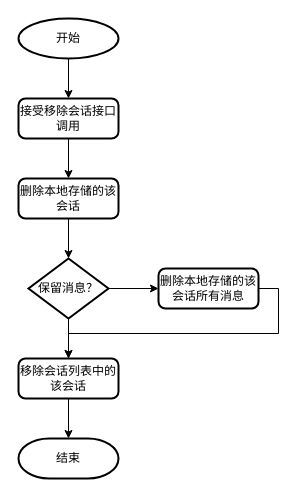
liuao2010/360MobileSafe keeps this draw.io diagram as page "flow-remove-conversation" (3 of 11) of 获取会话列表.drawio. Above is the earlier version. Source tidied: cells renumbered, new cells numbered last; positions are measured from the earlier drawing's top-left corner, leaving out a move shared by most shapes. Both pictures are drawn from the tidied source at 100%, with x=0, y=0 at pixel (18, 18).
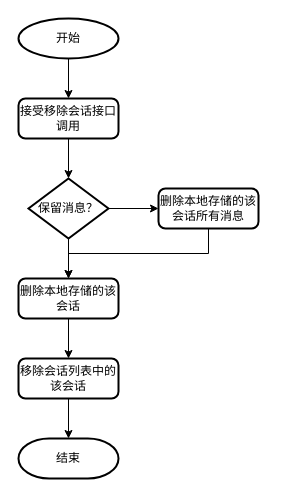
The same page after the edit.

Commit message:
更新获取会话列表.drawio

What changed in the source:
```diff
@@
 <mxGraphModel>
   <root>
     <mxCell id="0" />
     <mxCell id="1" parent="0" />
     <mxCell id="2" style="edgeStyle=orthogonalEdgeStyle;rounded=0;jettySize=auto;html=1;exitX=0.5;exitY=1;exitDx=0;exitDy=0;exitPerimeter=0;entryX=0.5;entryY=0;entryDx=0;entryDy=0;" parent="1" edge="1" source="3" target="5">
       <mxGeometry relative="1" as="geometry" />
     </mxCell>
     <mxCell id="3" value="开始" style="strokeWidth=2;html=1;shape=mxgraph.flowchart.start_1;whiteSpace=wrap;rounded=1;" parent="1" vertex="1">
       <mxGeometry width="100" height="40" as="geometry" />
     </mxCell>
-    <mxCell id="4" style="edgeStyle=orthogonalEdgeStyle;rounded=0;jettySize=auto;html=1;exitX=0.5;exitY=1;exitDx=0;exitDy=0;entryX=0.5;entryY=0;entryDx=0;entryDy=0;" parent="1" edge="1" source="5" target="9">
-      <mxGeometry relative="1" as="geometry" />
-    </mxCell>
+    <mxCell id="16" style="edgeStyle=orthogonalEdgeStyle;rounded=0;jettySize=auto;html=1;exitX=0.5;exitY=1;exitDx=0;exitDy=0;entryX=0.5;entryY=0;entryDx=0;entryDy=0;entryPerimeter=0;" parent="1" edge="1" source="5" target="12">
+      <mxGeometry relative="1" as="geometry" />
+    </mxCell>
     <mxCell id="5" value="接受移除会话接口调用" style="rounded=1;whiteSpace=wrap;html=1;absoluteArcSize=1;arcSize=14;strokeWidth=2;" parent="1" vertex="1">
       <mxGeometry y="80" width="100" height="40" as="geometry" />
     </mxCell>
     <mxCell id="6" style="edgeStyle=orthogonalEdgeStyle;rounded=0;jettySize=auto;html=1;exitX=0.5;exitY=1;exitDx=0;exitDy=0;entryX=0.5;entryY=0;entryDx=0;entryDy=0;entryPerimeter=0;" parent="1" edge="1" source="7" target="15">
       <mxGeometry relative="1" as="geometry" />
     </mxCell>
     <mxCell id="7" value="移除会话列表中的该会话" style="rounded=1;whiteSpace=wrap;html=1;absoluteArcSize=1;arcSize=14;strokeWidth=2;" parent="1" vertex="1">
       <mxGeometry y="340" width="100" height="40" as="geometry" />
     </mxCell>
-    <mxCell id="8" style="edgeStyle=orthogonalEdgeStyle;rounded=0;jettySize=auto;html=1;exitX=0.5;exitY=1;exitDx=0;exitDy=0;entryX=0.5;entryY=0;entryDx=0;entryDy=0;entryPerimeter=0;" parent="1" edge="1" source="9" target="12">
-      <mxGeometry relative="1" as="geometry" />
-    </mxCell>
+    <mxCell id="17" style="edgeStyle=orthogonalEdgeStyle;rounded=0;jettySize=auto;html=1;exitX=0.5;exitY=1;exitDx=0;exitDy=0;entryX=0.5;entryY=0;entryDx=0;entryDy=0;" parent="1" edge="1" source="9" target="7">
+      <mxGeometry relative="1" as="geometry" />
+    </mxCell>
     <mxCell id="9" value="删除本地存储的该会话" style="rounded=1;whiteSpace=wrap;html=1;absoluteArcSize=1;arcSize=14;strokeWidth=2;" parent="1" vertex="1">
-      <mxGeometry y="160" width="100" height="40" as="geometry" />
+      <mxGeometry y="260" width="100" height="40" as="geometry" />
     </mxCell>
     <mxCell id="10" style="edgeStyle=orthogonalEdgeStyle;rounded=0;jettySize=auto;html=1;exitX=1;exitY=0.5;exitDx=0;exitDy=0;exitPerimeter=0;entryX=0;entryY=0.5;entryDx=0;entryDy=0;" parent="1" edge="1" source="12" target="14">
       <mxGeometry relative="1" as="geometry" />
     </mxCell>
-    <mxCell id="11" style="edgeStyle=orthogonalEdgeStyle;rounded=0;jettySize=auto;html=1;exitX=0.5;exitY=1;exitDx=0;exitDy=0;exitPerimeter=0;entryX=0.5;entryY=0;entryDx=0;entryDy=0;" parent="1" edge="1" source="12" target="7">
-      <mxGeometry relative="1" as="geometry" />
-    </mxCell>
+    <mxCell id="18" style="edgeStyle=orthogonalEdgeStyle;rounded=0;jettySize=auto;html=1;exitX=0.5;exitY=1;exitDx=0;exitDy=0;exitPerimeter=0;entryX=0.5;entryY=0;entryDx=0;entryDy=0;" parent="1" edge="1" source="12" target="9">
+      <mxGeometry relative="1" as="geometry" />
+    </mxCell>
     <mxCell id="12" value="保留消息？" style="strokeWidth=2;html=1;shape=mxgraph.flowchart.decision;whiteSpace=wrap;rounded=1;" parent="1" vertex="1">
-      <mxGeometry x="10" y="240" width="80" height="60" as="geometry" />
+      <mxGeometry x="10" y="160" width="80" height="60" as="geometry" />
     </mxCell>
-    <mxCell id="13" style="edgeStyle=orthogonalEdgeStyle;rounded=0;jettySize=auto;html=1;exitX=1;exitY=0.5;exitDx=0;exitDy=0;entryX=0.5;entryY=0;entryDx=0;entryDy=0;" parent="1" edge="1" source="14" target="7">
-      <mxGeometry relative="1" as="geometry" />
-    </mxCell>
+    <mxCell id="19" style="edgeStyle=orthogonalEdgeStyle;rounded=0;jettySize=auto;html=1;exitX=0.5;exitY=1;exitDx=0;exitDy=0;entryX=0.5;entryY=0;entryDx=0;entryDy=0;" parent="1" edge="1" source="14" target="9">
+      <mxGeometry relative="1" as="geometry" />
+    </mxCell>
     <mxCell id="14" value="删除本地存储的该会话所有消息" style="rounded=1;whiteSpace=wrap;html=1;absoluteArcSize=1;arcSize=14;strokeWidth=2;" parent="1" vertex="1">
-      <mxGeometry x="140" y="250" width="100" height="40" as="geometry" />
+      <mxGeometry x="140" y="170" width="100" height="40" as="geometry" />
     </mxCell>
     <mxCell id="15" value="结束" style="strokeWidth=2;html=1;shape=mxgraph.flowchart.terminator;whiteSpace=wrap;rounded=1;" parent="1" vertex="1">
       <mxGeometry y="420" width="100" height="40" as="geometry" />
     </mxCell>
   </root>
 </mxGraphModel>
```
